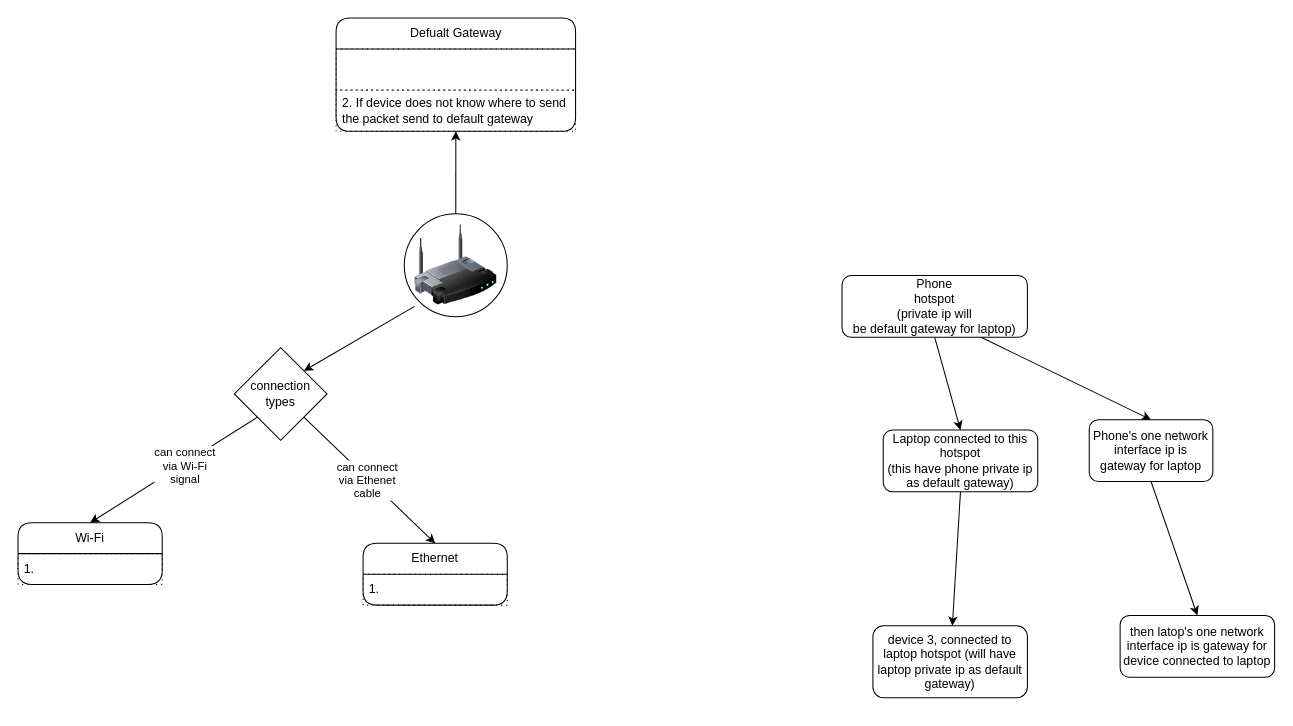
Earlier version of the draw.io diagram computer-networking/networking-devices/router/router.dio (knkrn5/Programming-Concepts). Source tidied: cells renumbered, new cells numbered last; positions are measured from the earlier drawing's top-left corner, leaving out a move shared by most shapes. Both pictures are drawn from the tidied source at 103%, with x=0, y=0 at pixel (18, 18).
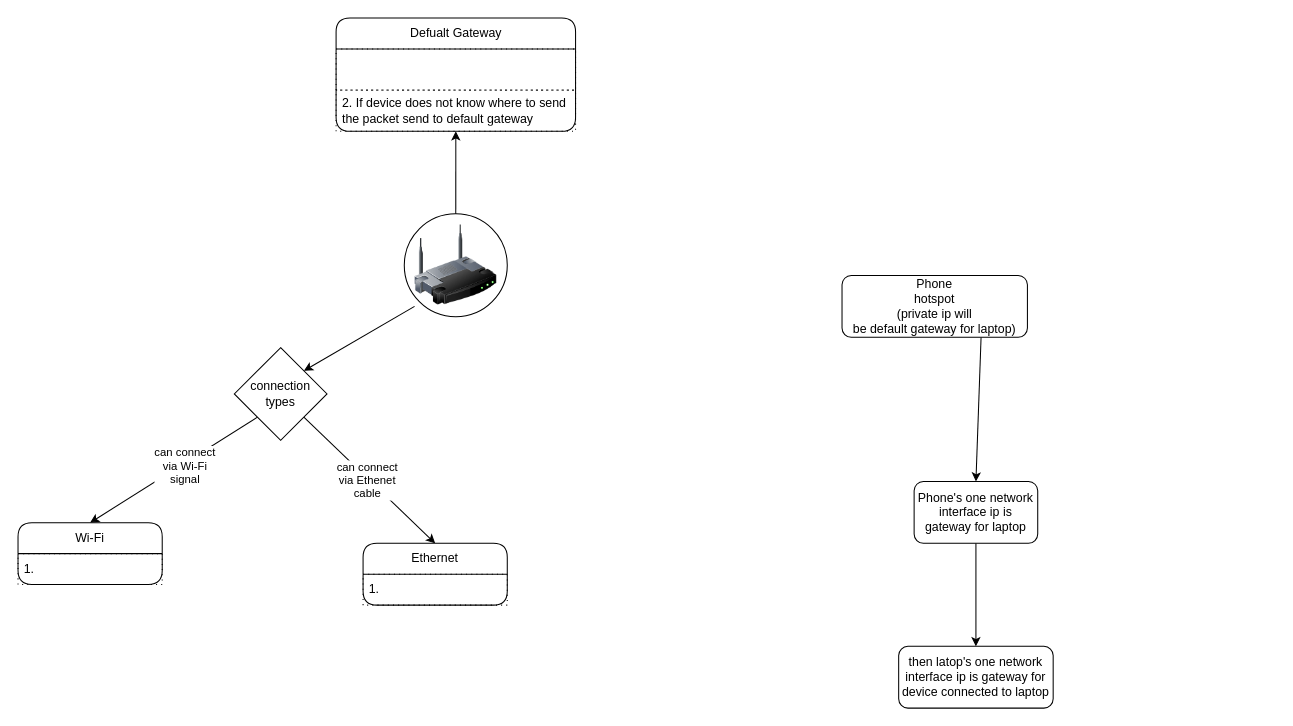
After the change.

Unchanged cells that the change refers to:
```xml
<mxCell id="21" value="Phone&lt;div&gt;hotspot&lt;/div&gt;&lt;div&gt;(private ip will&lt;/div&gt;&lt;div&gt;be default gateway for laptop)&lt;/div&gt;" style="rounded=1;whiteSpace=wrap;html=1;" parent="1" vertex="1">
  <mxGeometry x="800" y="250" width="180" height="60" as="geometry" />
</mxCell>
```

Change to the diagram source:
```diff
@@
-    <mxCell id="19" style="edgeStyle=none;html=1;exitX=0.5;exitY=1;exitDx=0;exitDy=0;entryX=0.5;entryY=0;entryDx=0;entryDy=0;" parent="1" edge="1" source="21" target="23">
-      <mxGeometry relative="1" as="geometry" />
-    </mxCell>
@@
-    <mxCell id="22" style="edgeStyle=none;html=1;exitX=0.5;exitY=1;exitDx=0;exitDy=0;" parent="1" edge="1" source="23" target="24">
-      <mxGeometry relative="1" as="geometry" />
-    </mxCell>
-    <mxCell id="23" value="Laptop connected to this hotspot&lt;div&gt;(this have phone private ip as default gateway)&lt;/div&gt;" style="rounded=1;whiteSpace=wrap;html=1;" parent="1" vertex="1">
-      <mxGeometry x="840" y="400" width="150" height="60" as="geometry" />
-    </mxCell>
-    <mxCell id="24" value="device 3, connected to laptop hotspot (will have laptop private ip as default gateway)" style="rounded=1;whiteSpace=wrap;html=1;" parent="1" vertex="1">
-      <mxGeometry x="830" y="590" width="150" height="70" as="geometry" />
-    </mxCell>
@@
     <mxCell id="26" value="Phone's one network interface ip is gateway for laptop" style="rounded=1;whiteSpace=wrap;html=1;" parent="1" vertex="1">
-      <mxGeometry x="1040" y="390" width="120" height="60" as="geometry" />
+      <mxGeometry x="870" y="450" width="120" height="60" as="geometry" />
     </mxCell>
     <mxCell id="27" value="then latop's one network interface ip is gateway for device connected to laptop" style="rounded=1;whiteSpace=wrap;html=1;" parent="1" vertex="1">
-      <mxGeometry x="1070" y="580" width="150" height="60" as="geometry" />
+      <mxGeometry x="855" y="610" width="150" height="60" as="geometry" />
     </mxCell>
```
